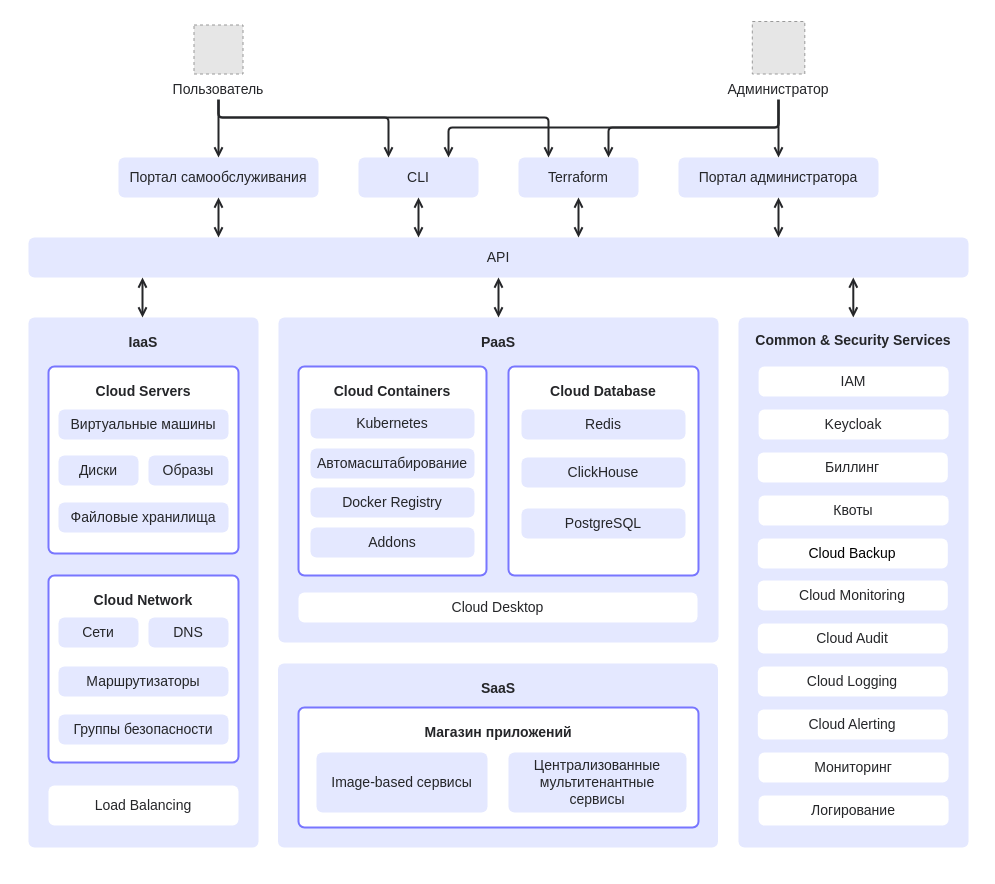
This is page "arch_general_architecture" (1 of 4) of docs/ru/intro/service-list-private/assets/architecture.drawio from vk-cs/docs-public, a draw.io file, before an edit. Source tidied: cells renumbered, new cells numbered last; positions are measured from the earlier drawing's top-left corner, leaving out a move shared by most shapes. Both pictures are drawn from the tidied source at 100%, with x=0, y=0 at pixel (17, 17). Pictures stored in the file or linked from it are replaced by grey dashed boxes.
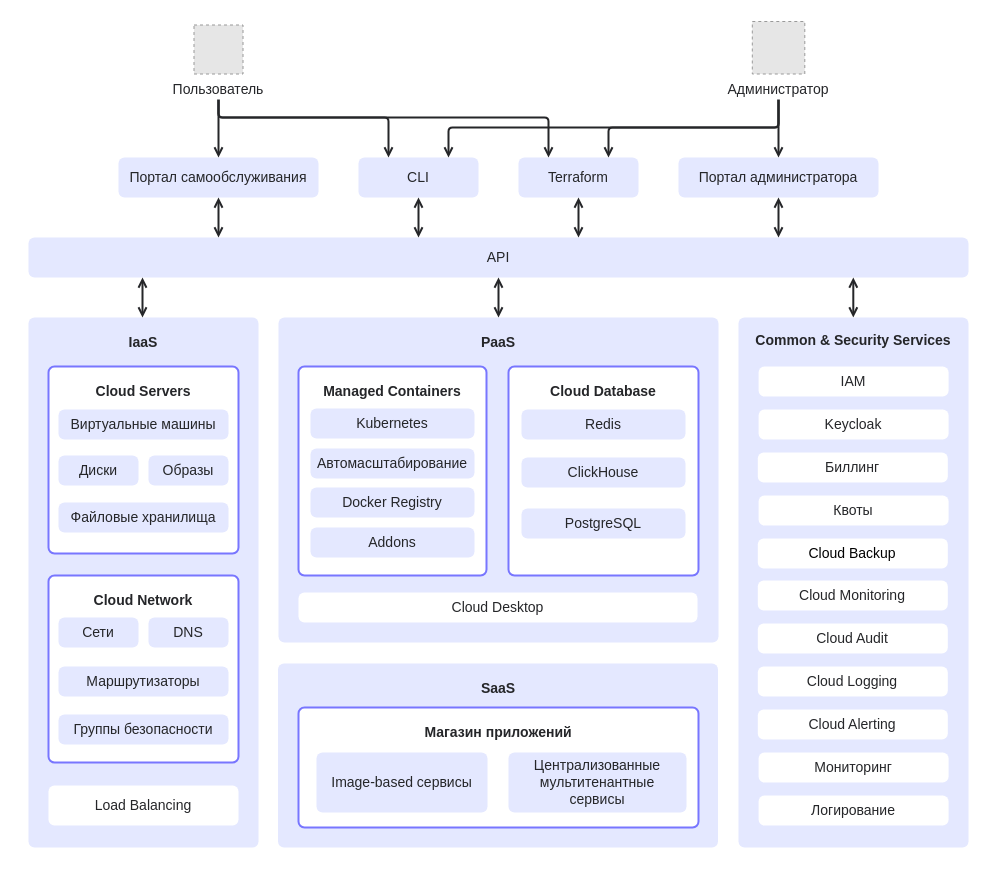
The same page after the edit.

Change to the diagram source:
```diff
@@
-    <mxCell id="13" value="&lt;font&gt;Cloud Containers&lt;/font&gt;" style="rounded=1;whiteSpace=wrap;html=1;fontFamily=VK Sans Display;strokeColor=#7876FF;arcsize=12;fillColor=#FFFFFF;spacing=12;verticalAlign=top;spacingTop=0;strokeWidth=2;spacingLeft=0;spacingBottom=0;fontStyle=1;arcSize=12;absoluteArcSize=1;fontColor=#252629;fontSize=14;" parent="1" vertex="1">
+    <mxCell id="13" value="&lt;font&gt;Managed Containers&lt;/font&gt;" style="rounded=1;whiteSpace=wrap;html=1;fontFamily=VK Sans Display;strokeColor=#7876FF;arcsize=12;fillColor=#FFFFFF;spacing=12;verticalAlign=top;spacingTop=0;strokeWidth=2;spacingLeft=0;spacingBottom=0;fontStyle=1;arcSize=12;absoluteArcSize=1;fontColor=#252629;fontSize=14;" parent="1" vertex="1">
       <mxGeometry x="281" y="349" width="188" height="209" as="geometry" />
     </mxCell>
```
